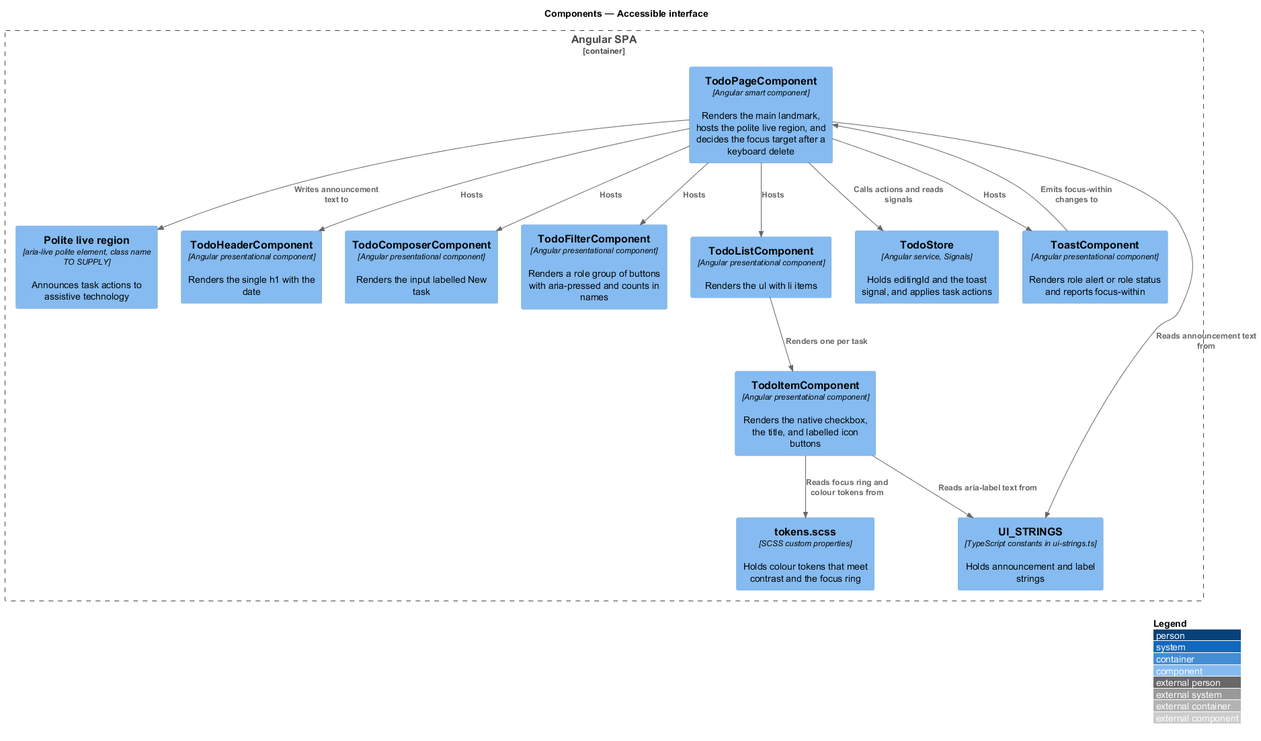
QuinntyneBrown/php-todo-lab keeps this PlantUML diagram as docs/detailed-designs/interface/accessible-interface/diagrams/c4-component.png. Above is the earlier version. Source of this version:
```plantuml
@startuml
!include <C4/C4_Component>
LAYOUT_WITH_LEGEND()
title Components — Accessible interface

Container_Boundary(spa, "Angular SPA") {
  Component(page, "TodoPageComponent", "Angular smart component", "Renders the main landmark, hosts the polite live region, and decides the focus target after a keyboard delete")
  Component(live, "Polite live region", "aria-live polite element, class name TO SUPPLY", "Announces task actions to assistive technology")
  Component(header, "TodoHeaderComponent", "Angular presentational component", "Renders the single h1 with the date")
  Component(composer, "TodoComposerComponent", "Angular presentational component", "Renders the input labelled New task")
  Component(filter, "TodoFilterComponent", "Angular presentational component", "Renders a role group of buttons with aria-pressed and counts in names")
  Component(list, "TodoListComponent", "Angular presentational component", "Renders the ul with li items")
  Component(item, "TodoItemComponent", "Angular presentational component", "Renders the native checkbox, the title, and labelled icon buttons")
  Component(toast, "ToastComponent", "Angular presentational component", "Renders role alert or role status and reports focus-within")
  Component(store, "TodoStore", "Angular service, Signals", "Holds editingId and the toast signal, and applies task actions")
  Component(strings, "UI_STRINGS", "TypeScript constants in ui-strings.ts", "Holds announcement and label strings")
  Component(tokens, "tokens.scss", "SCSS custom properties", "Holds colour tokens that meet contrast and the focus ring")
}

Rel(page, header, "Hosts")
Rel(page, composer, "Hosts")
Rel(page, filter, "Hosts")
Rel(page, list, "Hosts")
Rel(page, toast, "Hosts")
Rel(page, live, "Writes announcement text to")
Rel(list, item, "Renders one per task")
Rel(page, store, "Calls actions and reads signals")
Rel(page, strings, "Reads announcement text from")
Rel(item, strings, "Reads aria-label text from")
Rel(item, tokens, "Reads focus ring and colour tokens from")
Rel(toast, page, "Emits focus-within changes to")
@enduml
```
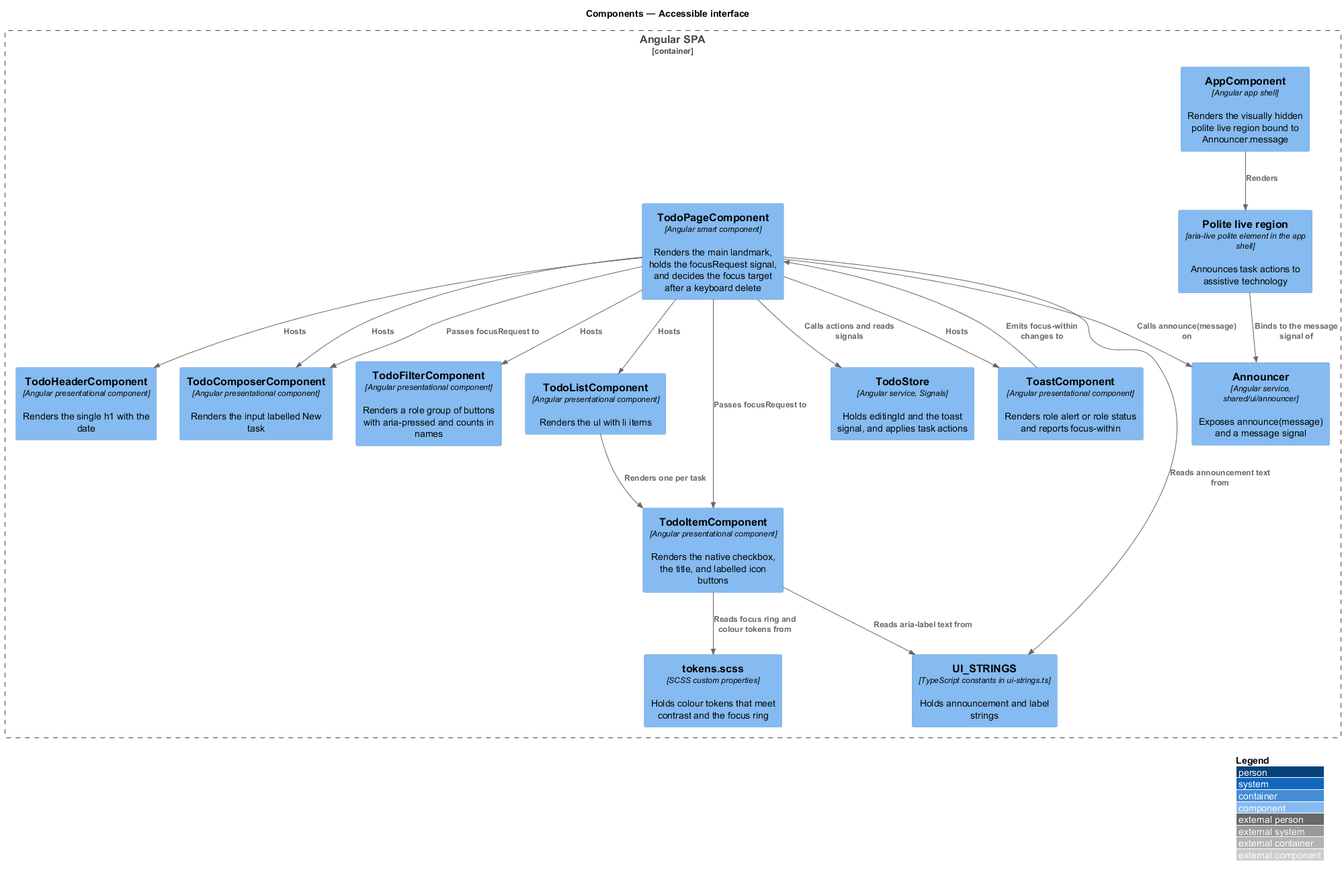
After the commit.

What changed in the source:
```diff
@@ -4,8 +4,10 @@
 title Components — Accessible interface
 
 Container_Boundary(spa, "Angular SPA") {
-  Component(page, "TodoPageComponent", "Angular smart component", "Renders the main landmark, hosts the polite live region, and decides the focus target after a keyboard delete")
-  Component(live, "Polite live region", "aria-live polite element, class name TO SUPPLY", "Announces task actions to assistive technology")
+  Component(shell, "AppComponent", "Angular app shell", "Renders the visually hidden polite live region bound to Announcer.message")
+  Component(page, "TodoPageComponent", "Angular smart component", "Renders the main landmark, holds the focusRequest signal, and decides the focus target after a keyboard delete")
+  Component(announcer, "Announcer", "Angular service, shared/ui/announcer", "Exposes announce(message) and a message signal")
+  Component(live, "Polite live region", "aria-live polite element in the app shell", "Announces task actions to assistive technology")
   Component(header, "TodoHeaderComponent", "Angular presentational component", "Renders the single h1 with the date")
   Component(composer, "TodoComposerComponent", "Angular presentational component", "Renders the input labelled New task")
   Component(filter, "TodoFilterComponent", "Angular presentational component", "Renders a role group of buttons with aria-pressed and counts in names")
@@ -22,11 +24,15 @@
 Rel(page, filter, "Hosts")
 Rel(page, list, "Hosts")
 Rel(page, toast, "Hosts")
-Rel(page, live, "Writes announcement text to")
+Rel(page, announcer, "Calls announce(message) on")
+Rel(shell, live, "Renders")
+Rel(live, announcer, "Binds to the message signal of")
 Rel(list, item, "Renders one per task")
 Rel(page, store, "Calls actions and reads signals")
 Rel(page, strings, "Reads announcement text from")
 Rel(item, strings, "Reads aria-label text from")
 Rel(item, tokens, "Reads focus ring and colour tokens from")
 Rel(toast, page, "Emits focus-within changes to")
+Rel(page, item, "Passes focusRequest to")
+Rel(page, composer, "Passes focusRequest to")
 @enduml
```
